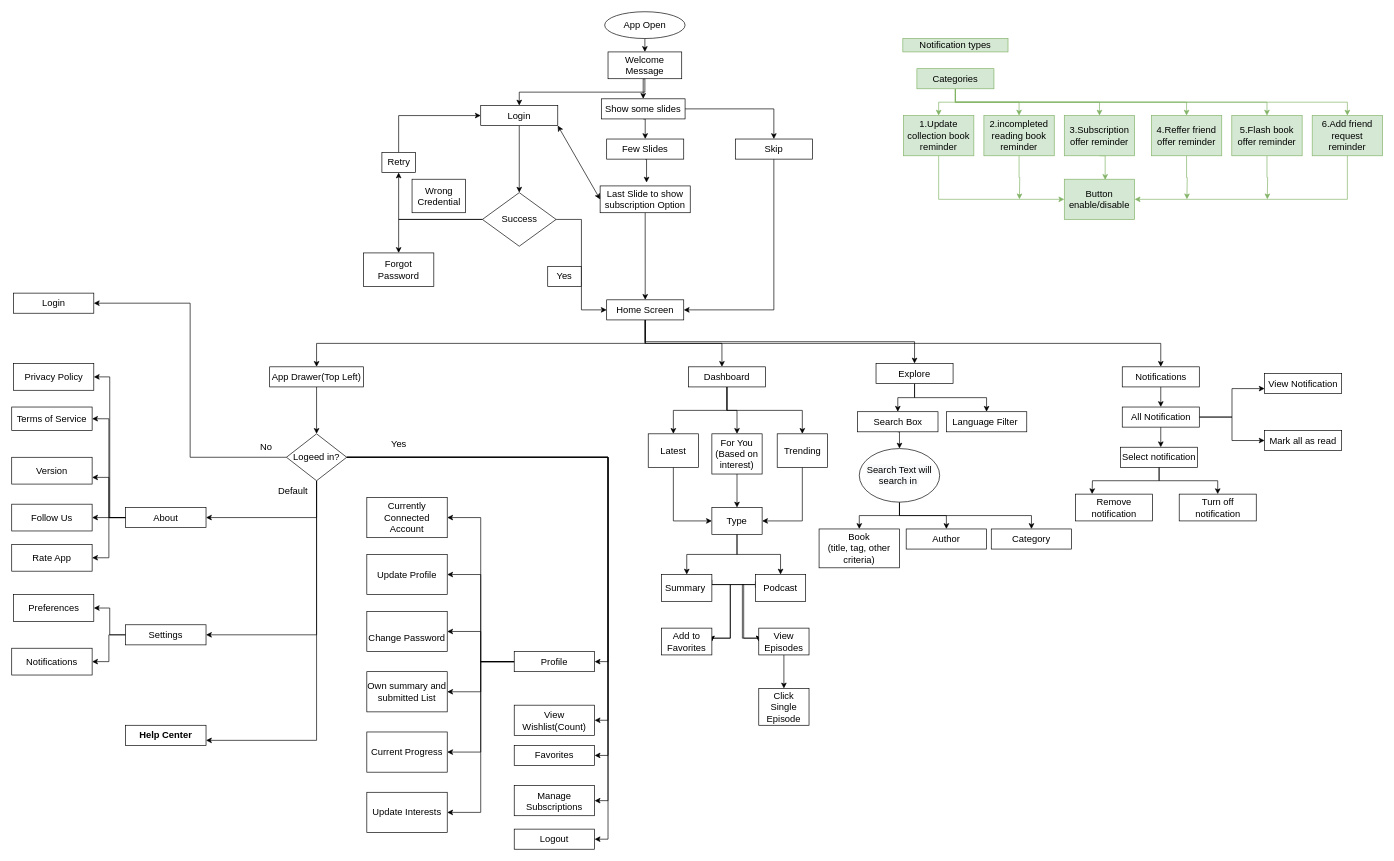
Above: BookJuice.drawio in showkat2203/bookJuice (draw.io), before the change. Source tidied: cells renumbered, new cells numbered last; positions are measured from the earlier drawing's top-left corner, leaving out a move shared by most shapes. Both pictures are drawn from the tidied source at 67%, with x=0, y=0 at pixel (11, 11).
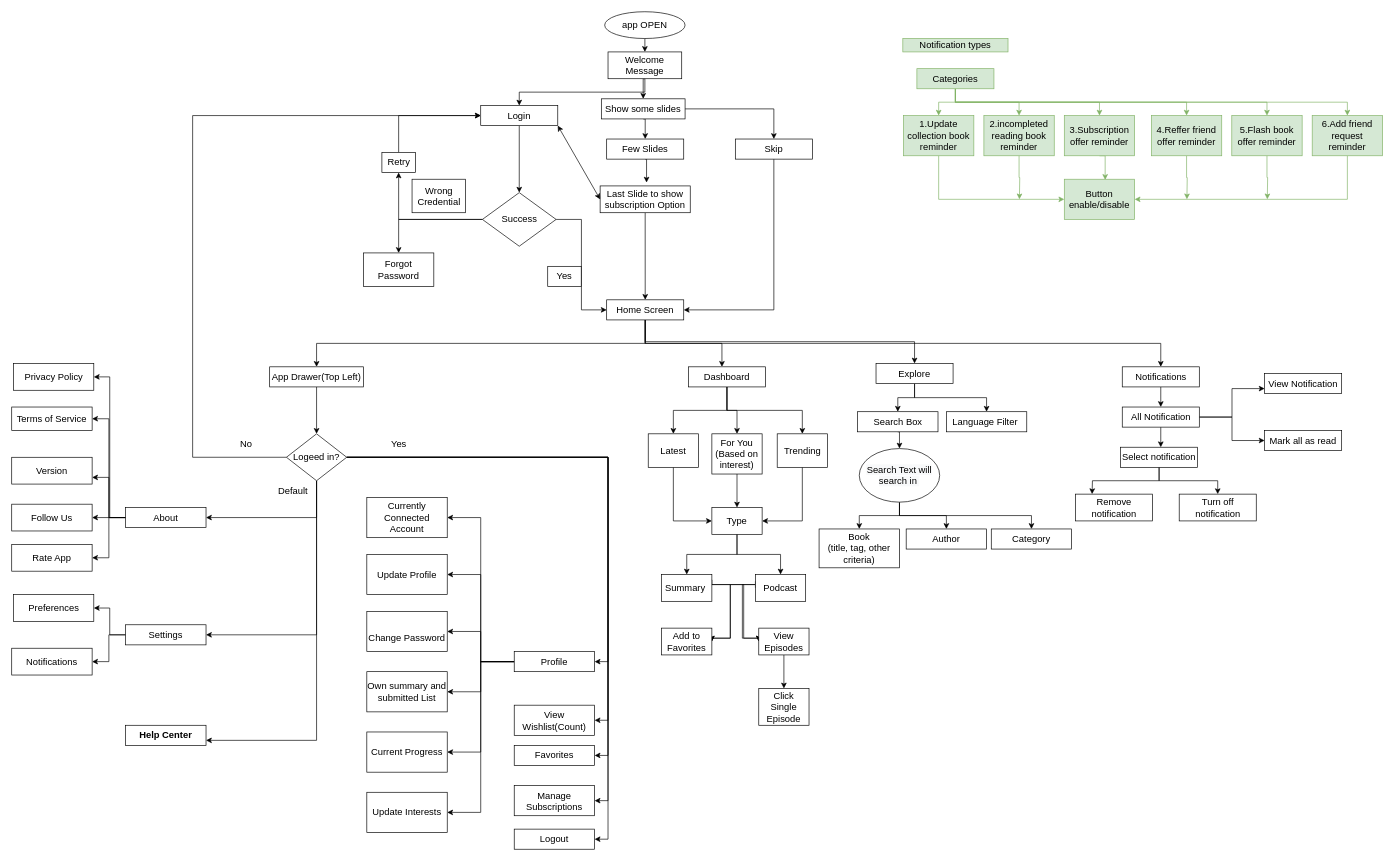
The same page after the edit.

The change refers to these unchanged cells:
```xml
<mxCell id="10" value="Login" style="rounded=0;whiteSpace=wrap;html=1;fontSize=14;labelBorderColor=none;" parent="1" vertex="1">
  <mxGeometry x="700" y="140" width="115" height="30" as="geometry" />
</mxCell>
<mxCell id="105" value="&lt;font style=&quot;font-size: 14px;&quot;&gt;Logeed in?&lt;/font&gt;" style="rhombus;whiteSpace=wrap;html=1;fontSize=14;labelBorderColor=none;" parent="1" vertex="1">
  <mxGeometry x="410" y="630" width="90" height="70" as="geometry" />
</mxCell>
```

Change to the diagram source:
```diff
@@
-    <mxCell id="3" value="&lt;font style=&quot;font-size: 14px;&quot;&gt;App Open&lt;/font&gt;" style="ellipse;whiteSpace=wrap;html=1;fontSize=14;labelBorderColor=none;" parent="1" vertex="1">
+    <mxCell id="3" value="&lt;font style=&quot;font-size: 14px&quot;&gt;app OPEN&lt;/font&gt;" style="ellipse;whiteSpace=wrap;html=1;fontSize=14;labelBorderColor=none;" parent="1" vertex="1">
       <mxGeometry x="885" width="120" height="40" as="geometry" />
     </mxCell>
@@
-    <mxCell id="104" style="edgeStyle=orthogonalEdgeStyle;rounded=0;jettySize=auto;html=1;exitX=0;exitY=0.5;exitDx=0;exitDy=0;entryX=1;entryY=0.5;entryDx=0;entryDy=0;fontSize=14;" parent="1" edge="1" source="105" target="137">
-      <mxGeometry relative="1" as="geometry" />
-    </mxCell>
+    <mxCell id="154" style="edgeStyle=orthogonalEdgeStyle;rounded=0;jettySize=auto;html=1;exitX=0;exitY=0.5;exitDx=0;exitDy=0;entryX=0;entryY=0.5;entryDx=0;entryDy=0;" parent="1" edge="1" source="105" target="10">
+      <mxGeometry relative="1" as="geometry">
+        <Array as="points">
+          <mxPoint x="270" y="665" />
+          <mxPoint x="270" y="155" />
+        </Array>
+      </mxGeometry>
+    </mxCell>
@@
     <mxCell id="136" value="No" style="text;html=1;strokeColor=none;fillColor=none;align=center;verticalAlign=middle;whiteSpace=wrap;rounded=0;fontSize=14;labelBorderColor=none;" parent="1" vertex="1">
-      <mxGeometry x="360" y="640" width="40" height="20" as="geometry" />
+      <mxGeometry x="330" y="635" width="40" height="20" as="geometry" />
     </mxCell>
-    <mxCell id="137" value="&lt;span style=&quot;font-family: arial; background-color: transparent; vertical-align: baseline; font-size: 14px;&quot; id=&quot;docs-internal-guid-d14be29c-7fff-d73a-dcc5-bd1d11e58f45&quot;&gt;&lt;font style=&quot;font-size: 14px;&quot;&gt;Login&lt;/font&gt;&lt;/span&gt;" style="rounded=0;whiteSpace=wrap;html=1;fontSize=14;labelBorderColor=none;" parent="1" vertex="1">
-      <mxGeometry x="2.5" y="420" width="120" height="30" as="geometry" />
-    </mxCell>
```
